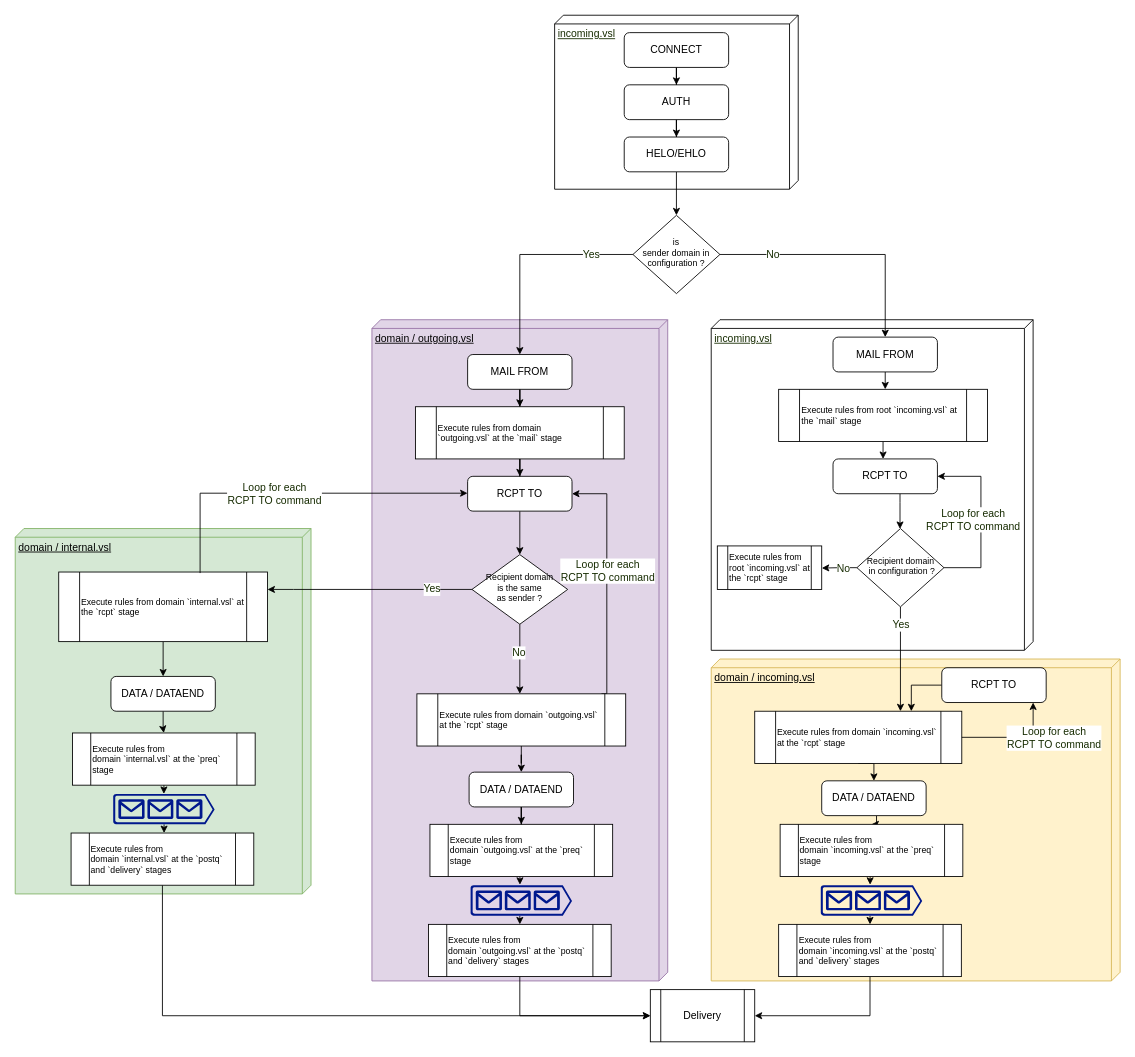
stappersg/vBook keeps this draw.io diagram as src/assets/uml/sub-domain-hierarchy.drawio. Above is the earlier version. Source tidied: cells renumbered, new cells numbered last; positions are measured from the earlier drawing's top-left corner, leaving out a move shared by most shapes. Both pictures are drawn from the tidied source at 87%, with x=0, y=0 at pixel (15, 15).
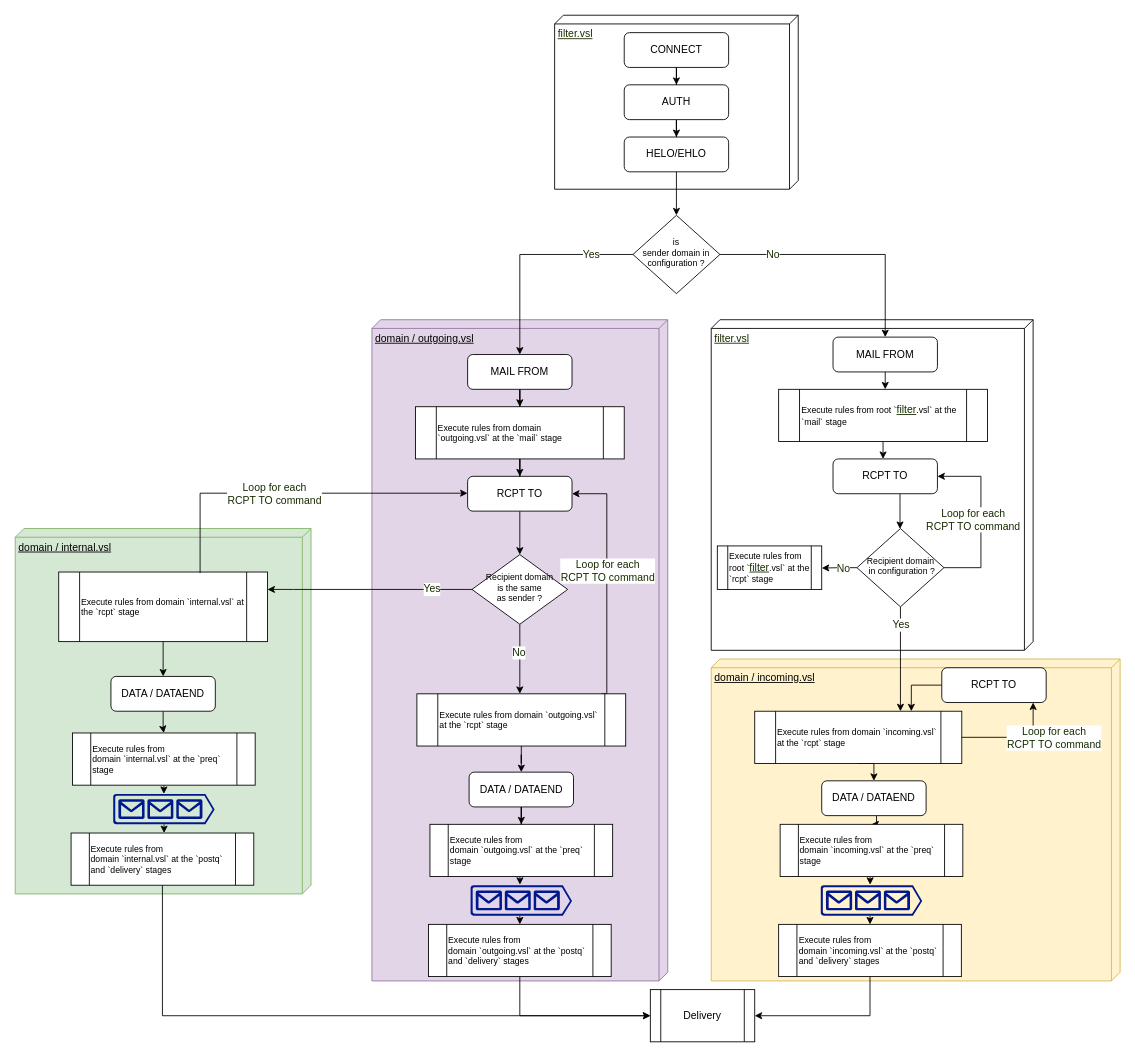
Above is the later version.

The edit, as a diff of the source:
```diff
@@
-    <mxCell id="2" value="incoming.vsl" style="verticalAlign=top;align=left;spacingTop=8;spacingLeft=2;spacingRight=12;shape=cube;size=10;direction=south;fontStyle=4;html=1;fontSize=12;fontColor=#162B00;" parent="1" vertex="1">
+    <mxCell id="2" value="filter.vsl" style="verticalAlign=top;align=left;spacingTop=8;spacingLeft=2;spacingRight=12;shape=cube;size=10;direction=south;fontStyle=4;html=1;fontSize=12;fontColor=#162B00;" parent="1" vertex="1">
       <mxGeometry x="800" y="350" width="370" height="380" as="geometry" />
     </mxCell>
@@
-    <mxCell id="6" value="incoming.vsl" style="verticalAlign=top;align=left;spacingTop=8;spacingLeft=2;spacingRight=12;shape=cube;size=10;direction=south;fontStyle=4;html=1;fontSize=12;fontColor=#162B00;" parent="1" vertex="1">
+    <mxCell id="6" value="filter.vsl" style="verticalAlign=top;align=left;spacingTop=8;spacingLeft=2;spacingRight=12;shape=cube;size=10;direction=south;fontStyle=4;html=1;fontSize=12;fontColor=#162B00;" parent="1" vertex="1">
       <mxGeometry x="620" width="280" height="200" as="geometry" />
     </mxCell>
@@
-    <mxCell id="32" value="Execute rules from root `incoming.vsl` at the `rcpt` stage" style="shape=process;whiteSpace=wrap;html=1;backgroundOutline=1;fontSize=10;align=left;" parent="1" vertex="1">
+    <mxCell id="32" value="Execute rules from root `&lt;span style=&quot;color: rgb(22, 43, 0); font-size: 12px; text-decoration-line: underline;&quot;&gt;filter&lt;/span&gt;.vsl` at the `rcpt` stage" style="shape=process;whiteSpace=wrap;html=1;backgroundOutline=1;fontSize=10;align=left;" parent="1" vertex="1">
       <mxGeometry x="807" y="610" width="120" height="50" as="geometry" />
     </mxCell>
@@
-    <mxCell id="59" value="Execute rules from root `incoming.vsl` at the `mail` stage" style="shape=process;whiteSpace=wrap;html=1;backgroundOutline=1;fontSize=10;align=left;" parent="1" vertex="1">
+    <mxCell id="59" value="Execute rules from root `&lt;span style=&quot;color: rgb(22, 43, 0); font-size: 12px; text-decoration-line: underline;&quot;&gt;filter&lt;/span&gt;.vsl` at the `mail` stage" style="shape=process;whiteSpace=wrap;html=1;backgroundOutline=1;fontSize=10;align=left;" parent="1" vertex="1">
       <mxGeometry x="877.5" y="430" width="240" height="60" as="geometry" />
     </mxCell>
```
